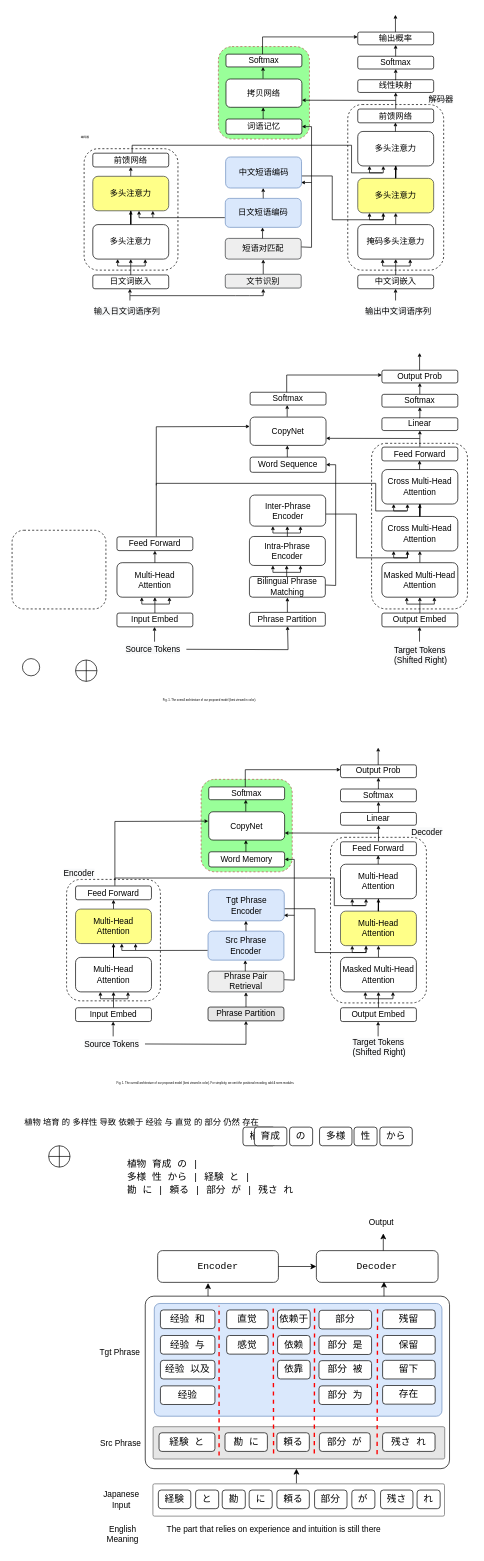
Before: phraseNMT.drawio in lizezhonglaile/drawio, a draw.io diagram. Source tidied: cells renumbered, new cells numbered last; positions are measured from the earlier drawing's top-left corner, leaving out a move shared by most shapes. Both pictures are drawn from the tidied source at 69%, with x=0, y=0 at pixel (12, 14).
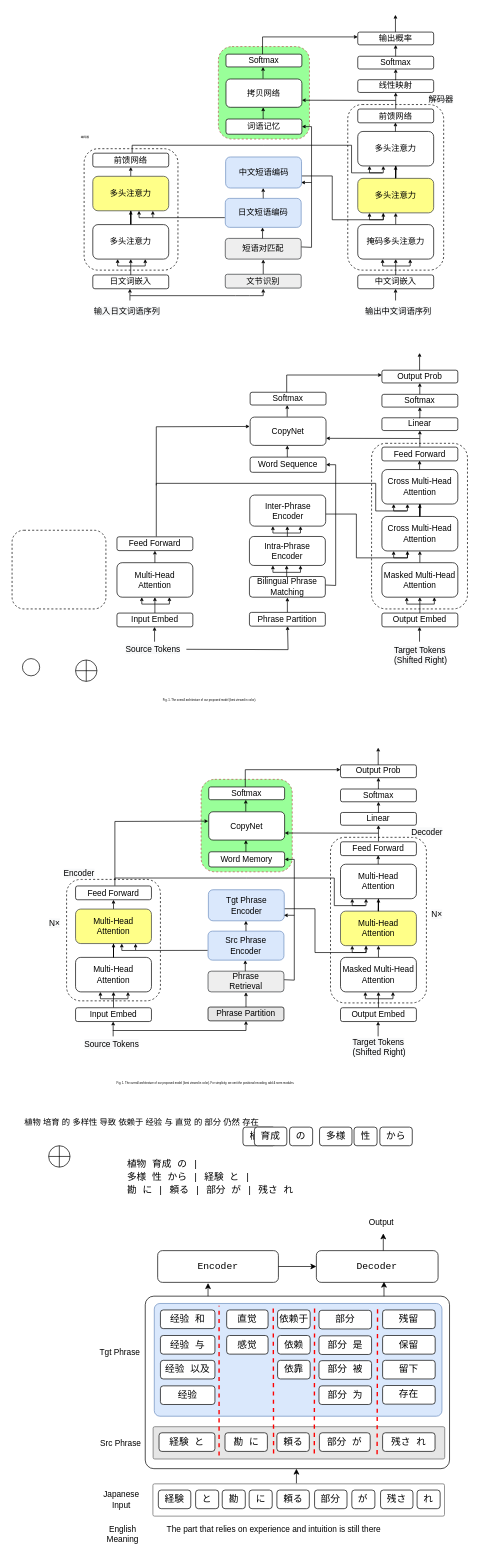
Above is the later version.

The change refers to these unchanged cells:
```xml
<mxCell id="179" value="Phrase Partition" style="rounded=1;whiteSpace=wrap;html=1;fillColor=#E6E6E6;" parent="1" vertex="1">
  <mxGeometry x="284" y="1438" width="110" height="20" as="geometry" />
</mxCell>
<mxCell id="185" value="&lt;span style=&quot;color: rgb(0, 0, 0); font-family: Helvetica; font-size: 12px; font-style: normal; font-variant-ligatures: normal; font-variant-caps: normal; font-weight: 400; letter-spacing: normal; orphans: 2; text-align: center; text-indent: 0px; text-transform: none; widows: 2; word-spacing: 0px; -webkit-text-stroke-width: 0px; background-color: rgb(248, 249, 250); text-decoration-thickness: initial; text-decoration-style: initial; text-decoration-color: initial; float: none; display: inline !important;&quot;&gt;Source Tokens&lt;/span&gt;" style="text;whiteSpace=wrap;html=1;" parent="1" vertex="1">
  <mxGeometry x="103" y="1478" width="89.6" height="27" as="geometry" />
</mxCell>
```

The edit, as a diff of the source:
```diff
@@
-    <mxCell id="60" value="Phrase Pair&lt;br&gt;Retrieval" style="rounded=1;whiteSpace=wrap;html=1;fillColor=#eeeeee;strokeColor=#36393d;" parent="1" vertex="1">
+    <mxCell id="60" value="Phrase&lt;br&gt;Retrieval" style="rounded=1;whiteSpace=wrap;html=1;fillColor=#eeeeee;strokeColor=#36393d;" parent="1" vertex="1">
       <mxGeometry x="284" y="1386" width="110" height="30" as="geometry" />
     </mxCell>
@@
-    <mxCell id="181" style="endArrow=classic;html=1;rounded=0;fontSize=4;startSize=3;endSize=3;jumpSize=3;exitX=1;exitY=0.5;exitDx=0;exitDy=0;" parent="1" edge="1" source="185" target="179">
+    <mxCell id="181" style="endArrow=classic;html=1;rounded=0;fontSize=4;startSize=3;endSize=3;jumpSize=3;" parent="1" edge="1" target="179">
       <mxGeometry relative="1" as="geometry">
+        <mxPoint x="146" y="1472" as="sourcePoint" />
         <Array as="points">
-          <mxPoint x="339" y="1492" />
+          <mxPoint x="339" y="1472" />
         </Array>
       </mxGeometry>
     </mxCell>
@@
+    <mxCell id="244" value="&lt;span style=&quot;color: rgb(0, 0, 0); font-family: helvetica; font-size: 12px; font-style: normal; font-weight: 400; letter-spacing: normal; text-align: center; text-indent: 0px; text-transform: none; word-spacing: 0px; background-color: rgb(248, 249, 250); display: inline; float: none;&quot;&gt;N×&lt;/span&gt;" style="text;whiteSpace=wrap;html=1;fontSize=4;" parent="1" vertex="1">
+      <mxGeometry x="52" y="1302.5" width="21" height="19" as="geometry" />
+    </mxCell>
+    <mxCell id="245" value="&lt;span style=&quot;color: rgb(0, 0, 0); font-family: helvetica; font-size: 12px; font-style: normal; font-weight: 400; letter-spacing: normal; text-align: center; text-indent: 0px; text-transform: none; word-spacing: 0px; background-color: rgb(248, 249, 250); display: inline; float: none;&quot;&gt;N×&lt;/span&gt;" style="text;whiteSpace=wrap;html=1;fontSize=4;" parent="1" vertex="1">
+      <mxGeometry x="606" y="1290" width="21" height="19" as="geometry" />
+    </mxCell>
```
